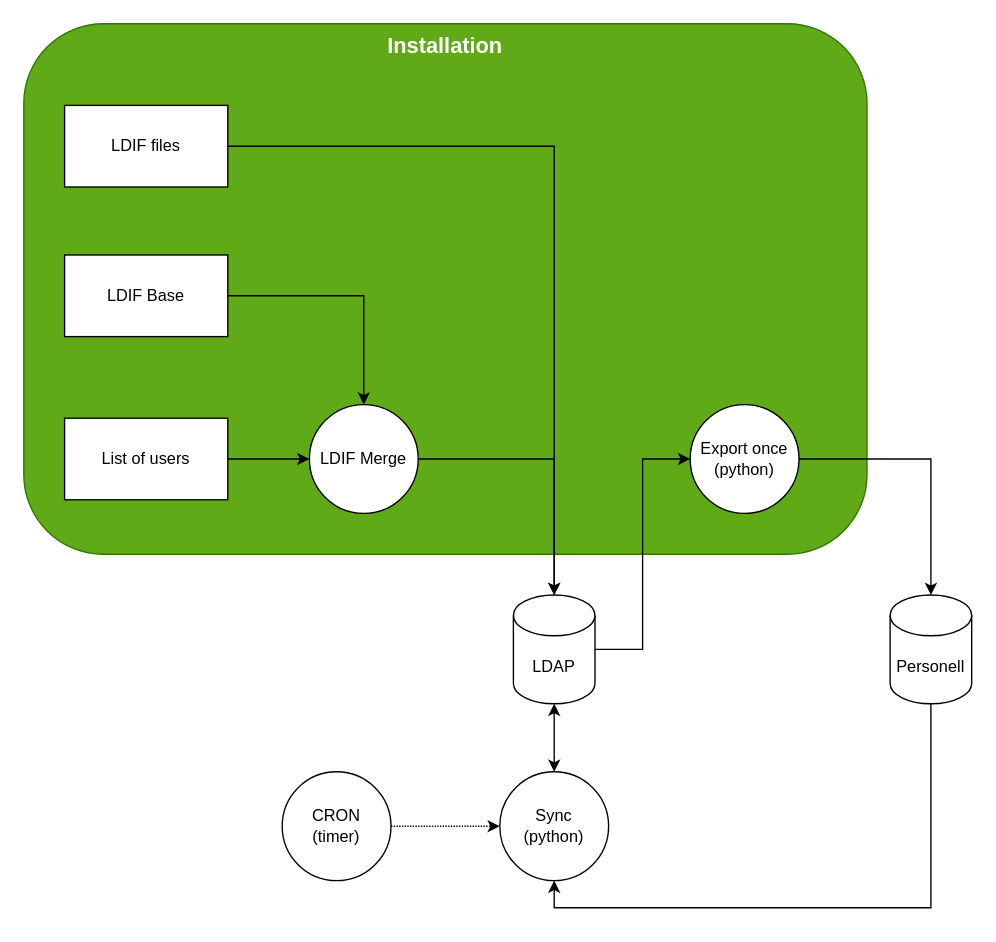
NHLStenden/RBAC-example-websites keeps this draw.io diagram as page "Processing" (1 of 3) of _resources/User Provisioning/User Provisioning.drawio. Above is the earlier version. Source tidied: cells renumbered, new cells numbered last; positions are measured from the earlier drawing's top-left corner, leaving out a move shared by most shapes. Both pictures are drawn from the tidied source at 136%, with x=0, y=0 at pixel (23, 23).
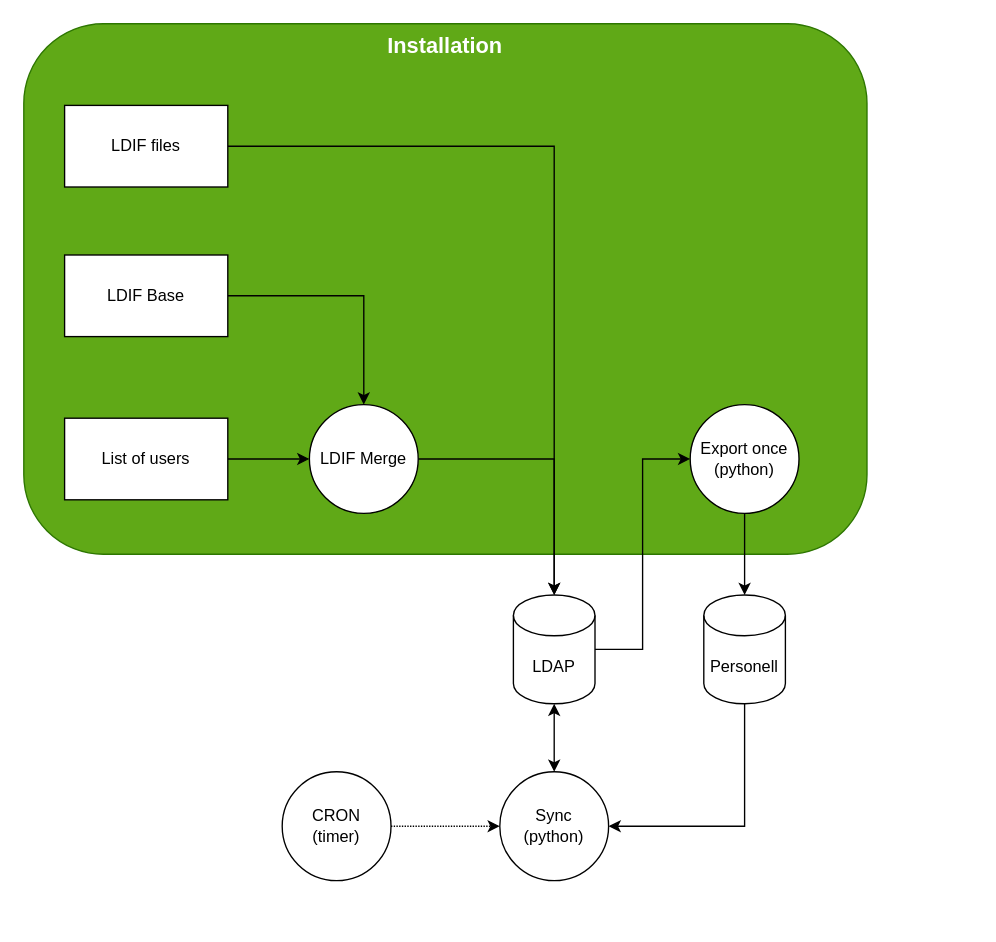
The same page after the edit.

The change refers to these unchanged cells:
```xml
<mxCell id="16" value="Export once&lt;br&gt;(python)" style="ellipse;whiteSpace=wrap;html=1;" parent="1" vertex="1">
  <mxGeometry x="490" y="280" width="80" height="80" as="geometry" />
</mxCell>
<mxCell id="20" value="Sync&lt;br&gt;(python)" style="ellipse;whiteSpace=wrap;html=1;" parent="1" vertex="1">
  <mxGeometry x="350" y="550" width="80" height="80" as="geometry" />
</mxCell>
```

Diff of the diagram source:
```diff
@@
-    <mxCell id="13" style="edgeStyle=orthogonalEdgeStyle;rounded=0;jettySize=auto;html=1;exitX=0.5;exitY=1;exitDx=0;exitDy=0;exitPerimeter=0;entryX=0.5;entryY=1;entryDx=0;entryDy=0;" parent="1" edge="1" source="14" target="20">
-      <mxGeometry relative="1" as="geometry" />
+    <mxCell id="13" style="edgeStyle=orthogonalEdgeStyle;rounded=0;jettySize=auto;html=1;exitX=0.5;exitY=1;exitDx=0;exitDy=0;exitPerimeter=0;" parent="1" edge="1" source="14" target="20">
+      <mxGeometry relative="1" as="geometry">
+        <Array as="points">
+          <mxPoint x="530" y="590" />
+        </Array>
+      </mxGeometry>
     </mxCell>
     <mxCell id="14" value="Personell" style="shape=cylinder3;whiteSpace=wrap;html=1;boundedLbl=1;backgroundOutline=1;size=15;" parent="1" vertex="1">
-      <mxGeometry x="637" y="420" width="60" height="80" as="geometry" />
+      <mxGeometry x="500" y="420" width="60" height="80" as="geometry" />
     </mxCell>
-    <mxCell id="15" style="edgeStyle=orthogonalEdgeStyle;rounded=0;jettySize=auto;html=1;exitX=1;exitY=0.5;exitDx=0;exitDy=0;" parent="1" edge="1" source="16" target="14">
+    <mxCell id="15" style="edgeStyle=orthogonalEdgeStyle;rounded=0;jettySize=auto;html=1;" parent="1" edge="1" source="16" target="14">
       <mxGeometry relative="1" as="geometry" />
     </mxCell>
```
